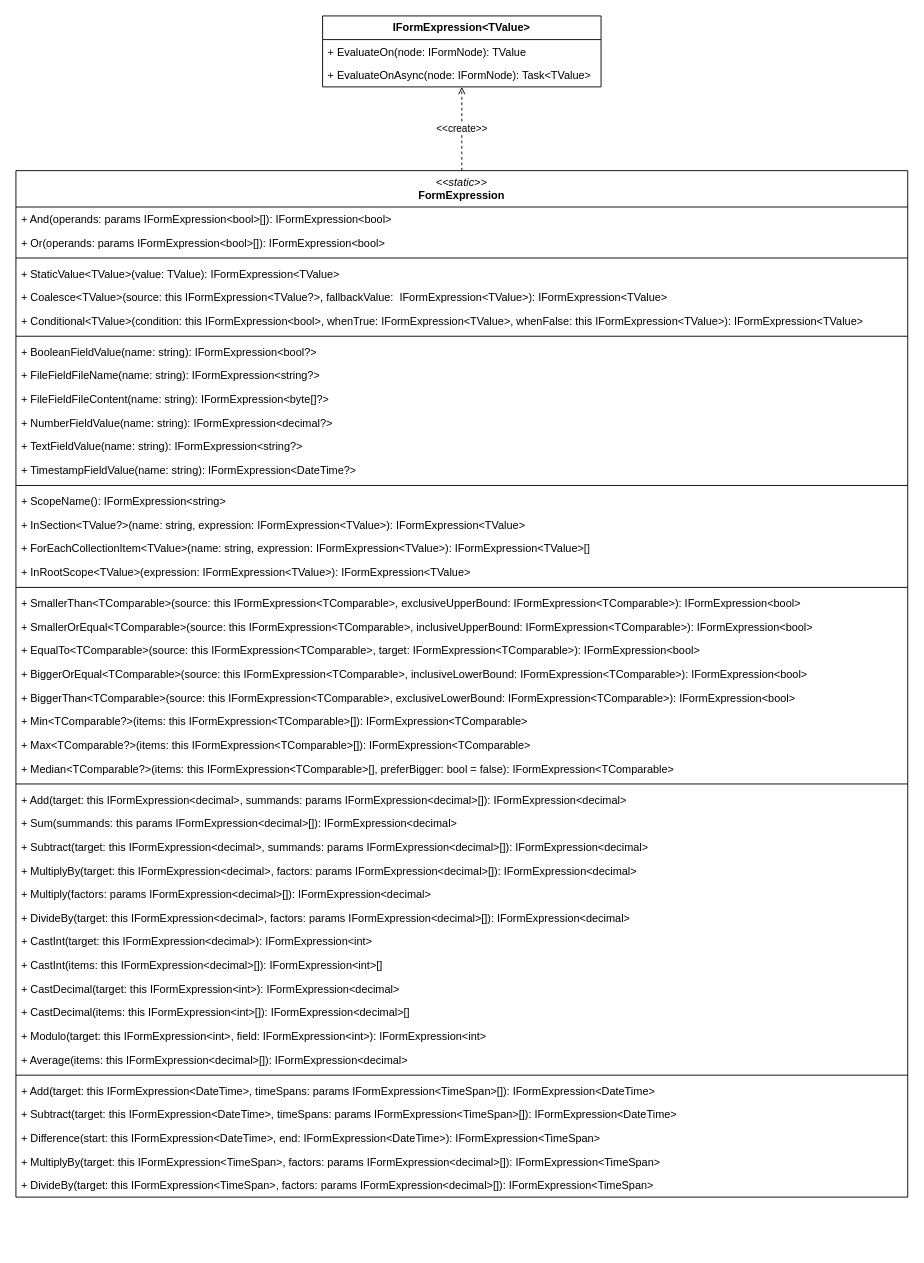
Before: doc/forms-concept/expressions.drawio in RGXStorm281/common, a draw.io diagram. Source tidied: cells renumbered, new cells numbered last; positions are measured from the earlier drawing's top-left corner, leaving out a move shared by most shapes. Both pictures are drawn from the tidied source at 91%, with x=0, y=0 at pixel (15, 15).
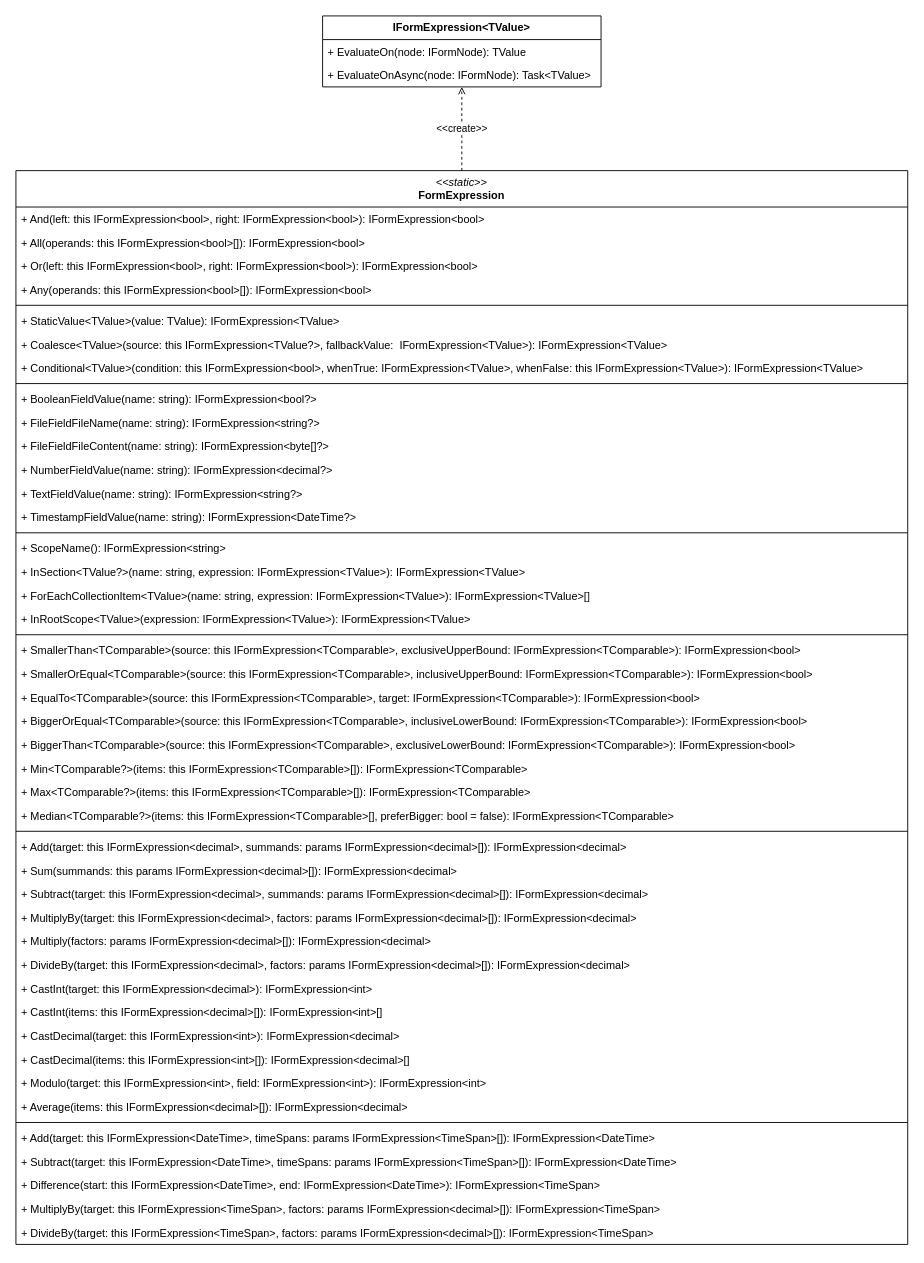
The same page after the edit.

Diff of the diagram source:
```diff
@@
     <mxCell id="6" value="&lt;i&gt;&amp;lt;&amp;lt;static&amp;gt;&amp;gt;&lt;/i&gt;&lt;br&gt;&lt;b&gt;FormExpression&lt;/b&gt;" style="swimlane;fontStyle=0;horizontal=1;startSize=40;fillColor=none;whiteSpace=wrap;html=1;" parent="1" vertex="1">
-      <mxGeometry y="170" width="980" height="1128" as="geometry" />
+      <mxGeometry y="170" width="980" height="1180" as="geometry" />
     </mxCell>
-    <mxCell id="7" value="+ And(operands: params IFormExpression&amp;lt;bool&amp;gt;[]): IFormExpression&amp;lt;bool&amp;gt;" style="text;strokeColor=none;fillColor=none;align=left;verticalAlign=top;spacingLeft=4;spacingRight=4;overflow=hidden;whiteSpace=wrap;html=1;" parent="6" vertex="1">
+    <mxCell id="7" value="+ And(left: this IFormExpression&amp;lt;bool&amp;gt;, right: IFormExpression&amp;lt;bool&amp;gt;): IFormExpression&amp;lt;bool&amp;gt;" style="text;strokeColor=none;fillColor=none;align=left;verticalAlign=top;spacingLeft=4;spacingRight=4;overflow=hidden;whiteSpace=wrap;html=1;" parent="6" vertex="1">
       <mxGeometry y="40" width="980" height="26" as="geometry" />
     </mxCell>
+    <mxCell id="53" value="+ All(operands: this IFormExpression&amp;lt;bool&amp;gt;[]): IFormExpression&amp;lt;bool&amp;gt;" style="text;strokeColor=none;fillColor=none;align=left;verticalAlign=top;spacingLeft=4;spacingRight=4;overflow=hidden;whiteSpace=wrap;html=1;" parent="6" vertex="1">
+      <mxGeometry y="66" width="980" height="26" as="geometry" />
+    </mxCell>
-    <mxCell id="8" value="+ Or(operands: params IFormExpression&amp;lt;bool&amp;gt;[]): IFormExpression&amp;lt;bool&amp;gt;" style="text;strokeColor=none;fillColor=none;align=left;verticalAlign=top;spacingLeft=4;spacingRight=4;overflow=hidden;whiteSpace=wrap;html=1;" parent="6" vertex="1">
-      <mxGeometry y="66" width="980" height="26" as="geometry" />
+    <mxCell id="8" value="+ Or(left: this IFormExpression&amp;lt;bool&amp;gt;, right: IFormExpression&amp;lt;bool&amp;gt;): IFormExpression&amp;lt;bool&amp;gt;" style="text;strokeColor=none;fillColor=none;align=left;verticalAlign=top;spacingLeft=4;spacingRight=4;overflow=hidden;whiteSpace=wrap;html=1;" parent="6" vertex="1">
+      <mxGeometry y="92" width="980" height="26" as="geometry" />
     </mxCell>
+    <mxCell id="54" value="+ Any(operands: this IFormExpression&amp;lt;bool&amp;gt;[]): IFormExpression&amp;lt;bool&amp;gt;" style="text;strokeColor=none;fillColor=none;align=left;verticalAlign=top;spacingLeft=4;spacingRight=4;overflow=hidden;whiteSpace=wrap;html=1;" parent="6" vertex="1">
+      <mxGeometry y="118" width="980" height="26" as="geometry" />
+    </mxCell>
     <mxCell id="9" style="line;strokeWidth=1;fillColor=none;align=left;verticalAlign=middle;spacingTop=-1;spacingLeft=3;spacingRight=3;labelPosition=right;strokeColor=inherit;" parent="6" vertex="1">
-      <mxGeometry y="92" width="980" height="8" as="geometry" />
+      <mxGeometry y="144" width="980" height="8" as="geometry" />
     </mxCell>
     <mxCell id="10" value="+ StaticValue&amp;lt;TValue&amp;gt;(value: TValue): IFormExpression&amp;lt;TValue&amp;gt;" style="text;strokeColor=none;fillColor=none;align=left;verticalAlign=top;spacingLeft=4;spacingRight=4;overflow=hidden;whiteSpace=wrap;html=1;" parent="6" vertex="1">
-      <mxGeometry y="100" width="980" height="26" as="geometry" />
+      <mxGeometry y="152" width="980" height="26" as="geometry" />
     </mxCell>
     <mxCell id="11" value="+ Coalesce&amp;lt;TValue&amp;gt;(source: this IFormExpression&amp;lt;TValue?&amp;gt;, fallbackValue:&amp;nbsp;&amp;nbsp;IFormExpression&amp;lt;TValue&amp;gt;): IFormExpression&amp;lt;TValue&amp;gt;" style="text;strokeColor=none;fillColor=none;align=left;verticalAlign=top;spacingLeft=4;spacingRight=4;overflow=hidden;whiteSpace=wrap;html=1;" parent="6" vertex="1">
-      <mxGeometry y="126" width="980" height="26" as="geometry" />
+      <mxGeometry y="178" width="980" height="26" as="geometry" />
     </mxCell>
     <mxCell id="12" value="+ Conditional&amp;lt;TValue&amp;gt;(condition: this IFormExpression&amp;lt;bool&amp;gt;, whenTrue: IFormExpression&amp;lt;TValue&amp;gt;, whenFalse: this IFormExpression&amp;lt;TValue&amp;gt;): IFormExpression&amp;lt;TValue&amp;gt;" style="text;strokeColor=none;fillColor=none;align=left;verticalAlign=top;spacingLeft=4;spacingRight=4;overflow=hidden;whiteSpace=wrap;html=1;" parent="6" vertex="1">
-      <mxGeometry y="152" width="980" height="26" as="geometry" />
+      <mxGeometry y="204" width="980" height="26" as="geometry" />
     </mxCell>
     <mxCell id="13" style="line;strokeWidth=1;fillColor=none;align=left;verticalAlign=middle;spacingTop=-1;spacingLeft=3;spacingRight=3;labelPosition=right;strokeColor=inherit;" parent="6" vertex="1">
-      <mxGeometry y="178" width="980" height="8" as="geometry" />
+      <mxGeometry y="230" width="980" height="8" as="geometry" />
     </mxCell>
     <mxCell id="14" value="+ BooleanFieldValue(name: string): IFormExpression&amp;lt;bool?&amp;gt;" style="text;strokeColor=none;fillColor=none;align=left;verticalAlign=top;spacingLeft=4;spacingRight=4;overflow=hidden;whiteSpace=wrap;html=1;" parent="6" vertex="1">
-      <mxGeometry y="186" width="980" height="26" as="geometry" />
+      <mxGeometry y="238" width="980" height="26" as="geometry" />
     </mxCell>
     <mxCell id="15" value="+ FileFieldFileName(name: string): IFormExpression&amp;lt;string?&amp;gt;" style="text;strokeColor=none;fillColor=none;align=left;verticalAlign=top;spacingLeft=4;spacingRight=4;overflow=hidden;whiteSpace=wrap;html=1;" parent="6" vertex="1">
-      <mxGeometry y="212" width="980" height="26" as="geometry" />
+      <mxGeometry y="264" width="980" height="26" as="geometry" />
     </mxCell>
     <mxCell id="16" value="+ FileFieldFileContent(name: string): IFormExpression&amp;lt;byte[]?&amp;gt;" style="text;strokeColor=none;fillColor=none;align=left;verticalAlign=top;spacingLeft=4;spacingRight=4;overflow=hidden;whiteSpace=wrap;html=1;" parent="6" vertex="1">
-      <mxGeometry y="238" width="980" height="26" as="geometry" />
+      <mxGeometry y="290" width="980" height="26" as="geometry" />
     </mxCell>
     <mxCell id="17" value="+ NumberFieldValue(name: string): IFormExpression&amp;lt;decimal?&amp;gt;" style="text;strokeColor=none;fillColor=none;align=left;verticalAlign=top;spacingLeft=4;spacingRight=4;overflow=hidden;whiteSpace=wrap;html=1;" parent="6" vertex="1">
-      <mxGeometry y="264" width="980" height="26" as="geometry" />
+      <mxGeometry y="316" width="980" height="26" as="geometry" />
     </mxCell>
     <mxCell id="18" value="+ TextFieldValue(name: string): IFormExpression&amp;lt;string?&amp;gt;" style="text;strokeColor=none;fillColor=none;align=left;verticalAlign=top;spacingLeft=4;spacingRight=4;overflow=hidden;whiteSpace=wrap;html=1;" parent="6" vertex="1">
-      <mxGeometry y="290" width="980" height="26" as="geometry" />
+      <mxGeometry y="342" width="980" height="26" as="geometry" />
     </mxCell>
     <mxCell id="19" value="+ TimestampFieldValue(name: string): IFormExpression&amp;lt;DateTime?&amp;gt;" style="text;strokeColor=none;fillColor=none;align=left;verticalAlign=top;spacingLeft=4;spacingRight=4;overflow=hidden;whiteSpace=wrap;html=1;" parent="6" vertex="1">
-      <mxGeometry y="316" width="980" height="26" as="geometry" />
+      <mxGeometry y="368" width="980" height="26" as="geometry" />
     </mxCell>
     <mxCell id="20" style="line;strokeWidth=1;fillColor=none;align=left;verticalAlign=middle;spacingTop=-1;spacingLeft=3;spacingRight=3;labelPosition=right;strokeColor=inherit;" parent="6" vertex="1">
-      <mxGeometry y="342" width="980" height="8" as="geometry" />
+      <mxGeometry y="394" width="980" height="8" as="geometry" />
     </mxCell>
     <mxCell id="21" value="+ ScopeName(): IFormExpression&amp;lt;string&amp;gt;" style="text;strokeColor=none;fillColor=none;align=left;verticalAlign=top;spacingLeft=4;spacingRight=4;overflow=hidden;whiteSpace=wrap;html=1;" parent="6" vertex="1">
-      <mxGeometry y="350" width="980" height="26" as="geometry" />
+      <mxGeometry y="402" width="980" height="26" as="geometry" />
     </mxCell>
     <mxCell id="22" value="+ InSection&amp;lt;TValue?&amp;gt;(name: string, expression: IFormExpression&amp;lt;TValue&amp;gt;): IFormExpression&amp;lt;TValue&amp;gt;" style="text;strokeColor=none;fillColor=none;align=left;verticalAlign=top;spacingLeft=4;spacingRight=4;overflow=hidden;whiteSpace=wrap;html=1;" parent="6" vertex="1">
-      <mxGeometry y="376" width="980" height="26" as="geometry" />
+      <mxGeometry y="428" width="980" height="26" as="geometry" />
     </mxCell>
     <mxCell id="23" value="+ ForEachCollectionItem&amp;lt;TValue&amp;gt;(name: string, expression: IFormExpression&amp;lt;TValue&amp;gt;): IFormExpression&amp;lt;TValue&amp;gt;[]" style="text;strokeColor=none;fillColor=none;align=left;verticalAlign=top;spacingLeft=4;spacingRight=4;overflow=hidden;whiteSpace=wrap;html=1;" parent="6" vertex="1">
-      <mxGeometry y="402" width="980" height="26" as="geometry" />
+      <mxGeometry y="454" width="980" height="26" as="geometry" />
     </mxCell>
     <mxCell id="24" value="+ InRootScope&amp;lt;TValue&amp;gt;(expression: IFormExpression&amp;lt;TValue&amp;gt;): IFormExpression&amp;lt;TValue&amp;gt;" style="text;strokeColor=none;fillColor=none;align=left;verticalAlign=top;spacingLeft=4;spacingRight=4;overflow=hidden;whiteSpace=wrap;html=1;" parent="6" vertex="1">
-      <mxGeometry y="428" width="980" height="26" as="geometry" />
+      <mxGeometry y="480" width="980" height="26" as="geometry" />
     </mxCell>
     <mxCell id="25" style="line;strokeWidth=1;fillColor=none;align=left;verticalAlign=middle;spacingTop=-1;spacingLeft=3;spacingRight=3;labelPosition=right;strokeColor=inherit;" parent="6" vertex="1">
-      <mxGeometry y="454" width="980" height="8" as="geometry" />
+      <mxGeometry y="506" width="980" height="8" as="geometry" />
     </mxCell>
     <mxCell id="26" value="+ SmallerThan&amp;lt;TComparable&amp;gt;(source: this IFormExpression&amp;lt;TComparable&amp;gt;, exclusiveUpperBound: IFormExpression&amp;lt;TComparable&amp;gt;): IFormExpression&amp;lt;bool&amp;gt;" style="text;strokeColor=none;fillColor=none;align=left;verticalAlign=top;spacingLeft=4;spacingRight=4;overflow=hidden;whiteSpace=wrap;html=1;" parent="6" vertex="1">
-      <mxGeometry y="462" width="980" height="26" as="geometry" />
+      <mxGeometry y="514" width="980" height="26" as="geometry" />
     </mxCell>
     <mxCell id="27" value="+ SmallerOrEqual&amp;lt;TComparable&amp;gt;(source: this IFormExpression&amp;lt;TComparable&amp;gt;, inclusiveUpperBound: IFormExpression&amp;lt;TComparable&amp;gt;): IFormExpression&amp;lt;bool&amp;gt;" style="text;strokeColor=none;fillColor=none;align=left;verticalAlign=top;spacingLeft=4;spacingRight=4;overflow=hidden;whiteSpace=wrap;html=1;" parent="6" vertex="1">
-      <mxGeometry y="488" width="980" height="26" as="geometry" />
+      <mxGeometry y="540" width="980" height="26" as="geometry" />
     </mxCell>
     <mxCell id="28" value="+ EqualTo&amp;lt;TComparable&amp;gt;(source: this IFormExpression&amp;lt;TComparable&amp;gt;, target: IFormExpression&amp;lt;TComparable&amp;gt;): IFormExpression&amp;lt;bool&amp;gt;" style="text;strokeColor=none;fillColor=none;align=left;verticalAlign=top;spacingLeft=4;spacingRight=4;overflow=hidden;whiteSpace=wrap;html=1;" parent="6" vertex="1">
-      <mxGeometry y="514" width="980" height="26" as="geometry" />
+      <mxGeometry y="566" width="980" height="26" as="geometry" />
     </mxCell>
     <mxCell id="29" value="+ BiggerOrEqual&amp;lt;TComparable&amp;gt;(source: this IFormExpression&amp;lt;TComparable&amp;gt;, inclusiveLowerBound: IFormExpression&amp;lt;TComparable&amp;gt;): IFormExpression&amp;lt;bool&amp;gt;" style="text;strokeColor=none;fillColor=none;align=left;verticalAlign=top;spacingLeft=4;spacingRight=4;overflow=hidden;whiteSpace=wrap;html=1;" parent="6" vertex="1">
-      <mxGeometry y="540" width="980" height="26" as="geometry" />
+      <mxGeometry y="592" width="980" height="26" as="geometry" />
     </mxCell>
     <mxCell id="30" value="+ BiggerThan&amp;lt;TComparable&amp;gt;(source: this IFormExpression&amp;lt;TComparable&amp;gt;, exclusiveLowerBound: IFormExpression&amp;lt;TComparable&amp;gt;): IFormExpression&amp;lt;bool&amp;gt;" style="text;strokeColor=none;fillColor=none;align=left;verticalAlign=top;spacingLeft=4;spacingRight=4;overflow=hidden;whiteSpace=wrap;html=1;" parent="6" vertex="1">
-      <mxGeometry y="566" width="980" height="26" as="geometry" />
+      <mxGeometry y="618" width="980" height="26" as="geometry" />
     </mxCell>
     <mxCell id="31" value="+ Min&amp;lt;TComparable?&amp;gt;(items: this IFormExpression&amp;lt;TComparable&amp;gt;[]): IFormExpression&amp;lt;TComparable&amp;gt;" style="text;strokeColor=none;fillColor=none;align=left;verticalAlign=top;spacingLeft=4;spacingRight=4;overflow=hidden;whiteSpace=wrap;html=1;" parent="6" vertex="1">
-      <mxGeometry y="592" width="980" height="26" as="geometry" />
+      <mxGeometry y="644" width="980" height="26" as="geometry" />
     </mxCell>
     <mxCell id="32" value="+ Max&amp;lt;TComparable?&amp;gt;(items: this IFormExpression&amp;lt;TComparable&amp;gt;[]): IFormExpression&amp;lt;TComparable&amp;gt;" style="text;strokeColor=none;fillColor=none;align=left;verticalAlign=top;spacingLeft=4;spacingRight=4;overflow=hidden;whiteSpace=wrap;html=1;" parent="6" vertex="1">
-      <mxGeometry y="618" width="980" height="26" as="geometry" />
+      <mxGeometry y="670" width="980" height="26" as="geometry" />
     </mxCell>
     <mxCell id="33" value="+ Median&amp;lt;TComparable?&amp;gt;(items: this IFormExpression&amp;lt;TComparable&amp;gt;[], preferBigger: bool = false): IFormExpression&amp;lt;TComparable&amp;gt;" style="text;strokeColor=none;fillColor=none;align=left;verticalAlign=top;spacingLeft=4;spacingRight=4;overflow=hidden;whiteSpace=wrap;html=1;" parent="6" vertex="1">
-      <mxGeometry y="644" width="980" height="26" as="geometry" />
+      <mxGeometry y="696" width="980" height="26" as="geometry" />
     </mxCell>
     <mxCell id="34" style="line;strokeWidth=1;fillColor=none;align=left;verticalAlign=middle;spacingTop=-1;spacingLeft=3;spacingRight=3;labelPosition=right;strokeColor=inherit;" parent="6" vertex="1">
-      <mxGeometry y="670" width="980" height="8" as="geometry" />
+      <mxGeometry y="722" width="980" height="8" as="geometry" />
     </mxCell>
     <mxCell id="35" value="+ Add(target: this IFormExpression&amp;lt;decimal&amp;gt;, summands: params IFormExpression&amp;lt;decimal&amp;gt;[]): IFormExpression&amp;lt;decimal&amp;gt;" style="text;strokeColor=none;fillColor=none;align=left;verticalAlign=top;spacingLeft=4;spacingRight=4;overflow=hidden;whiteSpace=wrap;html=1;" parent="6" vertex="1">
-      <mxGeometry y="678" width="980" height="26" as="geometry" />
+      <mxGeometry y="730" width="980" height="26" as="geometry" />
     </mxCell>
     <mxCell id="36" value="+ Sum(summands: this params IFormExpression&amp;lt;decimal&amp;gt;[]): IFormExpression&amp;lt;decimal&amp;gt;" style="text;strokeColor=none;fillColor=none;align=left;verticalAlign=top;spacingLeft=4;spacingRight=4;overflow=hidden;whiteSpace=wrap;html=1;" parent="6" vertex="1">
-      <mxGeometry y="704" width="980" height="26" as="geometry" />
+      <mxGeometry y="756" width="980" height="26" as="geometry" />
     </mxCell>
     <mxCell id="37" value="+ Subtract(target: this IFormExpression&amp;lt;decimal&amp;gt;, summands: params IFormExpression&amp;lt;decimal&amp;gt;[]): IFormExpression&amp;lt;decimal&amp;gt;" style="text;strokeColor=none;fillColor=none;align=left;verticalAlign=top;spacingLeft=4;spacingRight=4;overflow=hidden;whiteSpace=wrap;html=1;" parent="6" vertex="1">
-      <mxGeometry y="730" width="980" height="26" as="geometry" />
+      <mxGeometry y="782" width="980" height="26" as="geometry" />
     </mxCell>
     <mxCell id="38" value="+ MultiplyBy(target: this IFormExpression&amp;lt;decimal&amp;gt;, factors: params IFormExpression&amp;lt;decimal&amp;gt;[]): IFormExpression&amp;lt;decimal&amp;gt;" style="text;strokeColor=none;fillColor=none;align=left;verticalAlign=top;spacingLeft=4;spacingRight=4;overflow=hidden;whiteSpace=wrap;html=1;" parent="6" vertex="1">
-      <mxGeometry y="756" width="980" height="26" as="geometry" />
+      <mxGeometry y="808" width="980" height="26" as="geometry" />
     </mxCell>
     <mxCell id="39" value="+ Multiply(factors: params IFormExpression&amp;lt;decimal&amp;gt;[]): IFormExpression&amp;lt;decimal&amp;gt;" style="text;strokeColor=none;fillColor=none;align=left;verticalAlign=top;spacingLeft=4;spacingRight=4;overflow=hidden;whiteSpace=wrap;html=1;" parent="6" vertex="1">
-      <mxGeometry y="782" width="980" height="26" as="geometry" />
+      <mxGeometry y="834" width="980" height="26" as="geometry" />
     </mxCell>
     <mxCell id="40" value="+ DivideBy(target: this IFormExpression&amp;lt;decimal&amp;gt;, factors: params IFormExpression&amp;lt;decimal&amp;gt;[]): IFormExpression&amp;lt;decimal&amp;gt;" style="text;strokeColor=none;fillColor=none;align=left;verticalAlign=top;spacingLeft=4;spacingRight=4;overflow=hidden;whiteSpace=wrap;html=1;" parent="6" vertex="1">
-      <mxGeometry y="808" width="980" height="26" as="geometry" />
+      <mxGeometry y="860" width="980" height="26" as="geometry" />
     </mxCell>
     <mxCell id="41" value="+ CastInt(target: this IFormExpression&amp;lt;decimal&amp;gt;): IFormExpression&amp;lt;int&amp;gt;" style="text;strokeColor=none;fillColor=none;align=left;verticalAlign=top;spacingLeft=4;spacingRight=4;overflow=hidden;whiteSpace=wrap;html=1;" parent="6" vertex="1">
-      <mxGeometry y="834" width="980" height="26" as="geometry" />
+      <mxGeometry y="886" width="980" height="26" as="geometry" />
     </mxCell>
     <mxCell id="42" value="+ CastInt(items: this IFormExpression&amp;lt;decimal&amp;gt;[]): IFormExpression&amp;lt;int&amp;gt;[]" style="text;strokeColor=none;fillColor=none;align=left;verticalAlign=top;spacingLeft=4;spacingRight=4;overflow=hidden;whiteSpace=wrap;html=1;" parent="6" vertex="1">
-      <mxGeometry y="860" width="980" height="26" as="geometry" />
+      <mxGeometry y="912" width="980" height="26" as="geometry" />
     </mxCell>
     <mxCell id="43" value="+ CastDecimal(target: this IFormExpression&amp;lt;int&amp;gt;): IFormExpression&amp;lt;decimal&amp;gt;" style="text;strokeColor=none;fillColor=none;align=left;verticalAlign=top;spacingLeft=4;spacingRight=4;overflow=hidden;whiteSpace=wrap;html=1;" parent="6" vertex="1">
-      <mxGeometry y="886" width="980" height="26" as="geometry" />
+      <mxGeometry y="938" width="980" height="26" as="geometry" />
     </mxCell>
     <mxCell id="44" value="+ CastDecimal(items: this IFormExpression&amp;lt;int&amp;gt;[]): IFormExpression&amp;lt;decimal&amp;gt;[]" style="text;strokeColor=none;fillColor=none;align=left;verticalAlign=top;spacingLeft=4;spacingRight=4;overflow=hidden;whiteSpace=wrap;html=1;" parent="6" vertex="1">
-      <mxGeometry y="912" width="980" height="26" as="geometry" />
+      <mxGeometry y="964" width="980" height="26" as="geometry" />
     </mxCell>
     <mxCell id="45" value="+ Modulo(target: this IFormExpression&amp;lt;int&amp;gt;, field: IFormExpression&amp;lt;int&amp;gt;): IFormExpression&amp;lt;int&amp;gt;" style="text;strokeColor=none;fillColor=none;align=left;verticalAlign=top;spacingLeft=4;spacingRight=4;overflow=hidden;whiteSpace=wrap;html=1;" parent="6" vertex="1">
-      <mxGeometry y="938" width="980" height="26" as="geometry" />
+      <mxGeometry y="990" width="980" height="26" as="geometry" />
     </mxCell>
     <mxCell id="46" value="+ Average(items: this IFormExpression&amp;lt;decimal&amp;gt;[]): IFormExpression&amp;lt;decimal&amp;gt;" style="text;strokeColor=none;fillColor=none;align=left;verticalAlign=top;spacingLeft=4;spacingRight=4;overflow=hidden;whiteSpace=wrap;html=1;" parent="6" vertex="1">
-      <mxGeometry y="964" width="980" height="26" as="geometry" />
+      <mxGeometry y="1016" width="980" height="26" as="geometry" />
     </mxCell>
     <mxCell id="47" style="line;strokeWidth=1;fillColor=none;align=left;verticalAlign=middle;spacingTop=-1;spacingLeft=3;spacingRight=3;labelPosition=right;strokeColor=inherit;" parent="6" vertex="1">
-      <mxGeometry y="990" width="980" height="8" as="geometry" />
+      <mxGeometry y="1042" width="980" height="8" as="geometry" />
     </mxCell>
     <mxCell id="48" value="+ Add(target: this IFormExpression&amp;lt;DateTime&amp;gt;, timeSpans: params IFormExpression&amp;lt;TimeSpan&amp;gt;[]): IFormExpression&amp;lt;DateTime&amp;gt;" style="text;strokeColor=none;fillColor=none;align=left;verticalAlign=top;spacingLeft=4;spacingRight=4;overflow=hidden;whiteSpace=wrap;html=1;" parent="6" vertex="1">
-      <mxGeometry y="998" width="980" height="26" as="geometry" />
+      <mxGeometry y="1050" width="980" height="26" as="geometry" />
     </mxCell>
     <mxCell id="49" value="+ Subtract(target: this IFormExpression&amp;lt;DateTime&amp;gt;, timeSpans: params IFormExpression&amp;lt;TimeSpan&amp;gt;[]): IFormExpression&amp;lt;DateTime&amp;gt;" style="text;strokeColor=none;fillColor=none;align=left;verticalAlign=top;spacingLeft=4;spacingRight=4;overflow=hidden;whiteSpace=wrap;html=1;" parent="6" vertex="1">
-      <mxGeometry y="1024" width="980" height="26" as="geometry" />
+      <mxGeometry y="1076" width="980" height="26" as="geometry" />
     </mxCell>
     <mxCell id="50" value="+ Difference(start: this IFormExpression&amp;lt;DateTime&amp;gt;, end: IFormExpression&amp;lt;DateTime&amp;gt;): IFormExpression&amp;lt;TimeSpan&amp;gt;" style="text;strokeColor=none;fillColor=none;align=left;verticalAlign=top;spacingLeft=4;spacingRight=4;overflow=hidden;whiteSpace=wrap;html=1;" parent="6" vertex="1">
-      <mxGeometry y="1050" width="980" height="26" as="geometry" />
+      <mxGeometry y="1102" width="980" height="26" as="geometry" />
     </mxCell>
     <mxCell id="51" value="+ MultiplyBy(target: this IFormExpression&amp;lt;TimeSpan&amp;gt;, factors: params IFormExpression&amp;lt;decimal&amp;gt;[]): IFormExpression&amp;lt;TimeSpan&amp;gt;" style="text;strokeColor=none;fillColor=none;align=left;verticalAlign=top;spacingLeft=4;spacingRight=4;overflow=hidden;whiteSpace=wrap;html=1;" parent="6" vertex="1">
-      <mxGeometry y="1076" width="980" height="26" as="geometry" />
+      <mxGeometry y="1128" width="980" height="26" as="geometry" />
     </mxCell>
     <mxCell id="52" value="+ DivideBy(target: this IFormExpression&amp;lt;TimeSpan&amp;gt;, factors: params IFormExpression&amp;lt;decimal&amp;gt;[]): IFormExpression&amp;lt;TimeSpan&amp;gt;" style="text;strokeColor=none;fillColor=none;align=left;verticalAlign=top;spacingLeft=4;spacingRight=4;overflow=hidden;whiteSpace=wrap;html=1;" parent="6" vertex="1">
-      <mxGeometry y="1102" width="980" height="26" as="geometry" />
+      <mxGeometry y="1154" width="980" height="26" as="geometry" />
     </mxCell>
```
